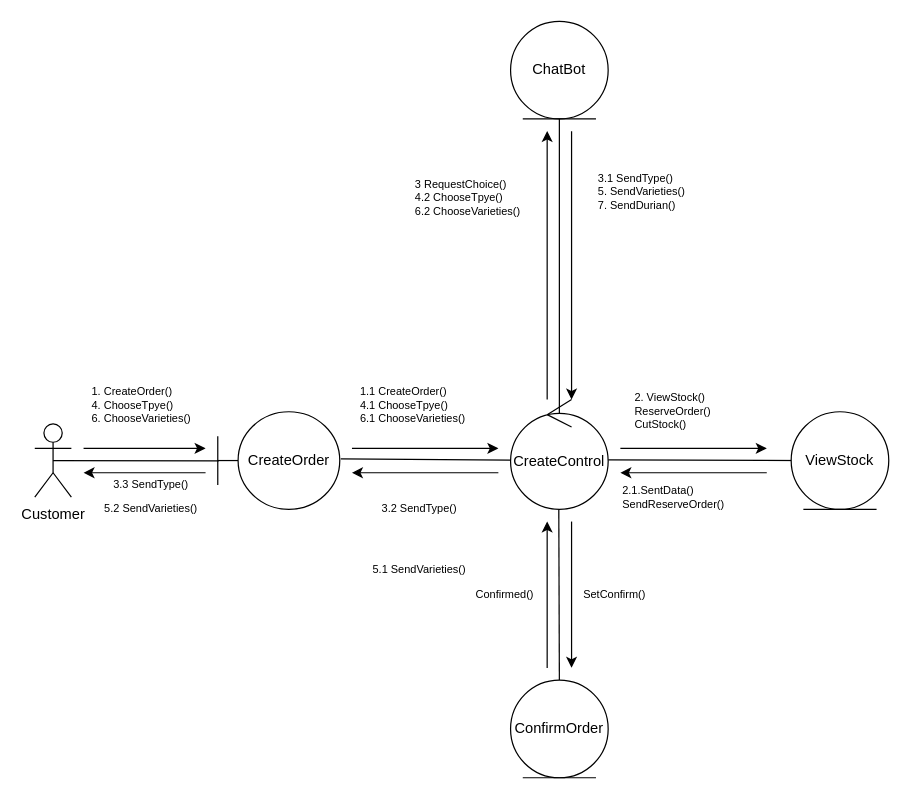
Before: page "Collaboration Diagram" (2 of 2) of Create Order.drawio in munkeawtoast/isad-diagrams, a draw.io diagram. Source tidied: cells renumbered, new cells numbered last; positions are measured from the earlier drawing's top-left corner, leaving out a move shared by most shapes. Both pictures are drawn from the tidied source at 122%, with x=0, y=0 at pixel (34, 21).
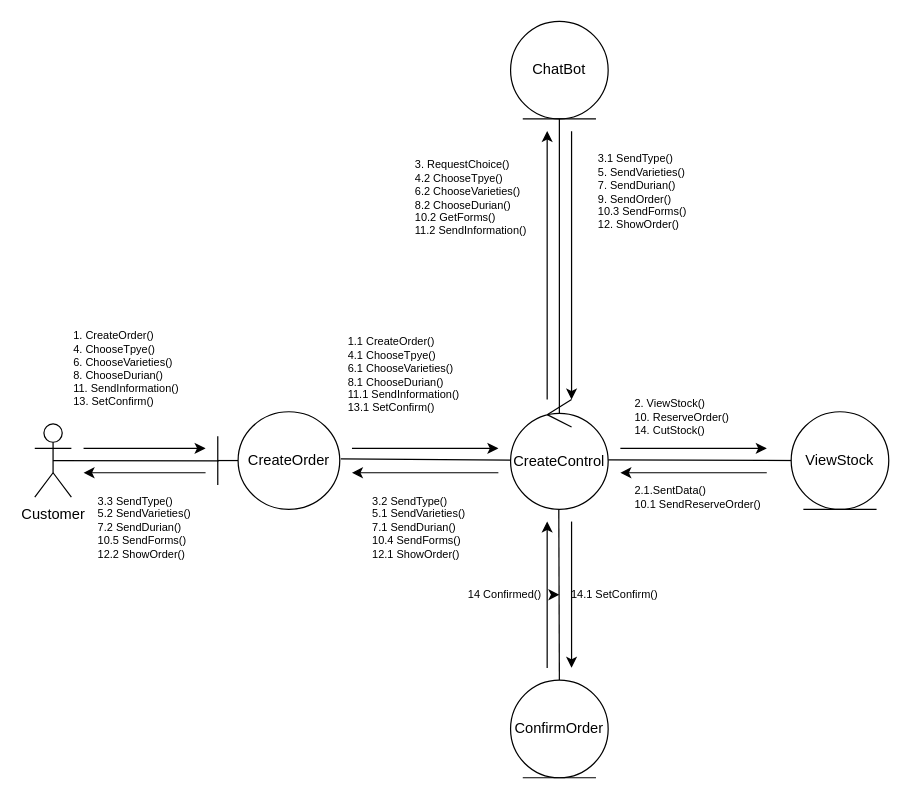
The same page after the edit.

The edit, as a diff of the source:
```diff
@@
-    <mxCell id="19" value="SetConfirm()" style="text;html=1;align=center;verticalAlign=middle;points=[];strokeColor=none;fillColor=none;fontSize=9;" parent="1" vertex="1">
-      <mxGeometry x="440" y="460" width="70" height="20" as="geometry" />
+    <mxCell id="19" value="14.1 SetConfirm()" style="text;html=1;align=center;verticalAlign=middle;points=[];strokeColor=none;fillColor=none;fontSize=9;" parent="1" vertex="1">
+      <mxGeometry x="430" y="460" width="90" height="20" as="geometry" />
     </mxCell>
+    <mxCell id="35" style="edgeStyle=none;html=1;" parent="1" edge="1" source="20" target="19">
+      <mxGeometry relative="1" as="geometry" />
+    </mxCell>
-    <mxCell id="20" value="Confirmed()" style="text;html=1;align=center;verticalAlign=middle;points=[];strokeColor=none;fillColor=none;fontSize=9;" parent="1" vertex="1">
-      <mxGeometry x="350" y="460" width="70" height="20" as="geometry" />
+    <mxCell id="20" value="14 Confirmed()" style="text;html=1;align=center;verticalAlign=middle;points=[];strokeColor=none;fillColor=none;fontSize=9;" parent="1" vertex="1">
+      <mxGeometry x="345" y="460" width="80" height="20" as="geometry" />
     </mxCell>
@@
-    <mxCell id="25" value="2.1.SentData()&lt;br&gt;SendReserveOrder()" style="text;html=1;align=left;verticalAlign=middle;strokeColor=none;fillColor=none;fontSize=9;" parent="1" vertex="1">
-      <mxGeometry x="480" y="370" width="110" height="40" as="geometry" />
+    <mxCell id="25" value="2.1.SentData()&lt;br&gt;10.1 SendReserveOrder()" style="text;html=1;align=left;verticalAlign=middle;strokeColor=none;fillColor=none;fontSize=9;" parent="1" vertex="1">
+      <mxGeometry x="490" y="370" width="130" height="40" as="geometry" />
     </mxCell>
-    <mxCell id="26" value="2. ViewStock()&lt;br&gt;ReserveOrder()&lt;br&gt;CutStock()" style="text;html=1;align=left;verticalAlign=middle;strokeColor=none;fillColor=none;fontSize=9;" parent="1" vertex="1">
-      <mxGeometry x="490" y="295" width="90" height="50" as="geometry" />
+    <mxCell id="26" value="2. ViewStock()&lt;br&gt;10. ReserveOrder()&lt;br&gt;14. CutStock()" style="text;html=1;align=left;verticalAlign=middle;strokeColor=none;fillColor=none;fontSize=9;" parent="1" vertex="1">
+      <mxGeometry x="490" y="300" width="100" height="50" as="geometry" />
     </mxCell>
-    <mxCell id="27" value="1. CreateOrder()&lt;br&gt;4. ChooseTpye()&lt;br&gt;6. ChooseVarieties()" style="text;html=1;align=left;verticalAlign=middle;strokeColor=none;fillColor=none;fontSize=9;" parent="1" vertex="1">
-      <mxGeometry x="45" y="290" width="100" height="50" as="geometry" />
+    <mxCell id="27" value="1. CreateOrder()&lt;br&gt;4. ChooseTpye()&lt;br&gt;6. ChooseVarieties()&lt;br&gt;8.&amp;nbsp;&lt;span style=&quot;text-align: center;&quot;&gt;ChooseDurian()&lt;br&gt;11.&amp;nbsp;&lt;/span&gt;&lt;span style=&quot;text-align: center;&quot;&gt;SendInformation()&lt;br&gt;&lt;/span&gt;&lt;span style=&quot;text-align: center;&quot;&gt;13.&amp;nbsp;&lt;/span&gt;&lt;span style=&quot;text-align: center;&quot;&gt;SetConfirm()&lt;/span&gt;&lt;span style=&quot;text-align: center;&quot;&gt;&lt;br&gt;&lt;/span&gt;" style="text;html=1;align=left;verticalAlign=middle;strokeColor=none;fillColor=none;fontSize=9;" parent="1" vertex="1">
+      <mxGeometry x="30" y="245" width="110" height="80" as="geometry" />
     </mxCell>
-    <mxCell id="28" value="1.1 CreateOrder()&lt;br&gt;4.1 ChooseTpye()&lt;br&gt;6.1 ChooseVarieties()" style="text;html=1;align=left;verticalAlign=middle;strokeColor=none;fillColor=none;fontSize=9;" parent="1" vertex="1">
-      <mxGeometry x="265" y="290" width="110" height="50" as="geometry" />
+    <mxCell id="28" value="1.1 CreateOrder()&lt;br&gt;4.1 ChooseTpye()&lt;br&gt;6.1 ChooseVarieties()&lt;br&gt;8.1&amp;nbsp;&lt;span style=&quot;text-align: center;&quot;&gt;ChooseDurian()&lt;br&gt;11.1&amp;nbsp;&lt;/span&gt;&lt;span style=&quot;text-align: center;&quot;&gt;SendInformation()&lt;br&gt;&lt;/span&gt;&lt;span style=&quot;text-align: center;&quot;&gt;13.1&amp;nbsp;&lt;/span&gt;&lt;span style=&quot;text-align: center;&quot;&gt;SetConfirm()&lt;/span&gt;&lt;span style=&quot;text-align: center;&quot;&gt;&lt;br&gt;&lt;/span&gt;" style="text;html=1;align=left;verticalAlign=middle;strokeColor=none;fillColor=none;fontSize=9;" parent="1" vertex="1">
+      <mxGeometry x="255" y="250" width="110" height="80" as="geometry" />
     </mxCell>
-    <mxCell id="29" value="3 RequestChoice()&lt;br&gt;4.2 ChooseTpye()&lt;br&gt;6.2 ChooseVarieties()" style="text;html=1;align=left;verticalAlign=middle;strokeColor=none;fillColor=none;fontSize=9;" parent="1" vertex="1">
-      <mxGeometry x="310" y="120" width="110" height="50" as="geometry" />
+    <mxCell id="29" value="3. RequestChoice()&lt;br&gt;4.2 ChooseTpye()&lt;br&gt;6.2 ChooseVarieties()&lt;br&gt;8.2&amp;nbsp;&lt;span style=&quot;text-align: center;&quot;&gt;ChooseDurian()&lt;br&gt;10.2&amp;nbsp;&lt;/span&gt;&lt;span style=&quot;text-align: center;&quot;&gt;GetForms()&lt;br&gt;&lt;/span&gt;&lt;span style=&quot;text-align: center;&quot;&gt;11.2&amp;nbsp;&lt;/span&gt;&lt;span style=&quot;text-align: center;&quot;&gt;SendInformation()&lt;/span&gt;&lt;span style=&quot;text-align: center;&quot;&gt;&lt;br&gt;&lt;/span&gt;" style="text;html=1;align=left;verticalAlign=middle;strokeColor=none;fillColor=none;fontSize=9;" parent="1" vertex="1">
+      <mxGeometry x="310" y="105" width="110" height="80" as="geometry" />
     </mxCell>
-    <mxCell id="30" value="3.1 SendType()&lt;br&gt;5. SendVarieties()&lt;br&gt;7.&amp;nbsp;&lt;span style=&quot;text-align: center;&quot;&gt;SendDurian()&lt;/span&gt;" style="text;html=1;align=left;verticalAlign=middle;strokeColor=none;fillColor=none;fontSize=9;" parent="1" vertex="1">
-      <mxGeometry x="460" y="115" width="90" height="50" as="geometry" />
+    <mxCell id="30" value="3.1 SendType()&lt;br&gt;5. SendVarieties()&lt;br&gt;7.&amp;nbsp;&lt;span style=&quot;text-align: center;&quot;&gt;SendDurian()&lt;br&gt;9.&amp;nbsp;&lt;/span&gt;&lt;span style=&quot;text-align: center;&quot;&gt;SendOrder()&lt;br&gt;&lt;/span&gt;&lt;span style=&quot;text-align: center;&quot;&gt;10.3&amp;nbsp;&lt;/span&gt;&lt;span style=&quot;text-align: center;&quot;&gt;SendForms()&lt;br&gt;&lt;/span&gt;&lt;span style=&quot;text-align: center;&quot;&gt;12.&amp;nbsp;&lt;/span&gt;&lt;span style=&quot;text-align: center;&quot;&gt;ShowOrder()&lt;/span&gt;&lt;span style=&quot;text-align: center;&quot;&gt;&lt;br&gt;&lt;/span&gt;" style="text;html=1;align=left;verticalAlign=middle;strokeColor=none;fillColor=none;fontSize=9;" parent="1" vertex="1">
+      <mxGeometry x="460" y="100" width="100" height="80" as="geometry" />
     </mxCell>
-    <mxCell id="31" value="3.2 SendType()" style="text;html=1;align=center;verticalAlign=middle;strokeColor=none;fillColor=none;fontSize=9;" parent="1" vertex="1">
-      <mxGeometry x="270" y="390" width="90" height="20" as="geometry" />
+    <mxCell id="31" value="3.2 SendType()&lt;br&gt;5.1 SendVarieties()&lt;br&gt;&lt;div style=&quot;&quot;&gt;&lt;span style=&quot;background-color: initial;&quot;&gt;7.1&amp;nbsp;&lt;/span&gt;&lt;span style=&quot;background-color: initial;&quot;&gt;SendDurian()&lt;/span&gt;&lt;/div&gt;&lt;div style=&quot;&quot;&gt;&lt;span style=&quot;background-color: initial; text-align: center;&quot;&gt;10.4 SendForms()&lt;/span&gt;&lt;span style=&quot;background-color: initial; text-align: center;&quot;&gt;&amp;nbsp;&lt;/span&gt;&lt;/div&gt;&lt;span style=&quot;text-align: center;&quot;&gt;12.1 ShowOrder()&lt;/span&gt;" style="text;html=1;align=left;verticalAlign=middle;strokeColor=none;fillColor=none;fontSize=9;" parent="1" vertex="1">
+      <mxGeometry x="275" y="380" width="100" height="70" as="geometry" />
     </mxCell>
-    <mxCell id="32" value="3.3 SendType()" style="text;html=1;align=center;verticalAlign=middle;strokeColor=none;fillColor=none;fontSize=9;" parent="1" vertex="1">
-      <mxGeometry x="50" y="370" width="90" height="20" as="geometry" />
+    <mxCell id="32" value="3.3 SendType()&lt;br&gt;5.2 SendVarieties()&lt;br&gt;&lt;span style=&quot;background-color: initial;&quot;&gt;7.2&amp;nbsp;&lt;/span&gt;&lt;span style=&quot;background-color: initial;&quot;&gt;SendDurian()&lt;br&gt;&lt;/span&gt;&lt;span style=&quot;background-color: initial;&quot;&gt;10.5&amp;nbsp;&lt;/span&gt;&lt;span style=&quot;text-align: center;&quot;&gt;SendForms()&lt;br&gt;&lt;/span&gt;&lt;span style=&quot;background-color: initial;&quot;&gt;12.2&amp;nbsp;&lt;/span&gt;&lt;span style=&quot;text-align: center;&quot;&gt;ShowOrder()&lt;/span&gt;&lt;span style=&quot;background-color: initial;&quot;&gt;&lt;br&gt;&lt;/span&gt;" style="text;html=1;align=left;verticalAlign=middle;strokeColor=none;fillColor=none;fontSize=9;" parent="1" vertex="1">
+      <mxGeometry x="50" y="380" width="100" height="70" as="geometry" />
     </mxCell>
-    <mxCell id="33" value="5.1 SendVarieties()" style="text;html=1;align=center;verticalAlign=middle;strokeColor=none;fillColor=none;fontSize=9;" parent="1" vertex="1">
-      <mxGeometry x="265" y="440" width="100" height="20" as="geometry" />
-    </mxCell>
-    <mxCell id="34" value="5.2 SendVarieties()" style="text;html=1;align=center;verticalAlign=middle;strokeColor=none;fillColor=none;fontSize=9;" parent="1" vertex="1">
-      <mxGeometry x="45" y="390" width="100" height="20" as="geometry" />
-    </mxCell>
```
